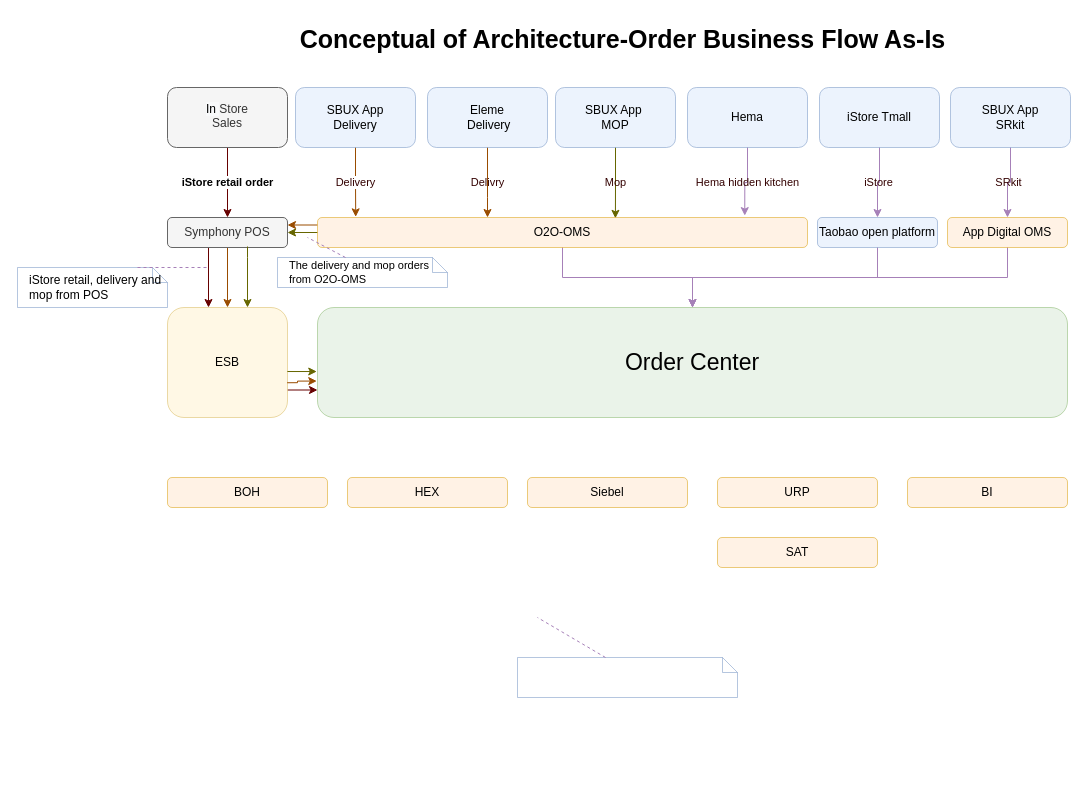
This is page "B - Order Center" (2 of 5) of Mid Layer Platform Order Business Flow Arch.drawio from sotheair/designs, a draw.io file, before an edit. Source tidied: cells renumbered, new cells numbered last; positions are measured from the earlier drawing's top-left corner, leaving out a move shared by most shapes. Both pictures are drawn from the tidied source at 100%, with x=0, y=0 at pixel (17, 17).
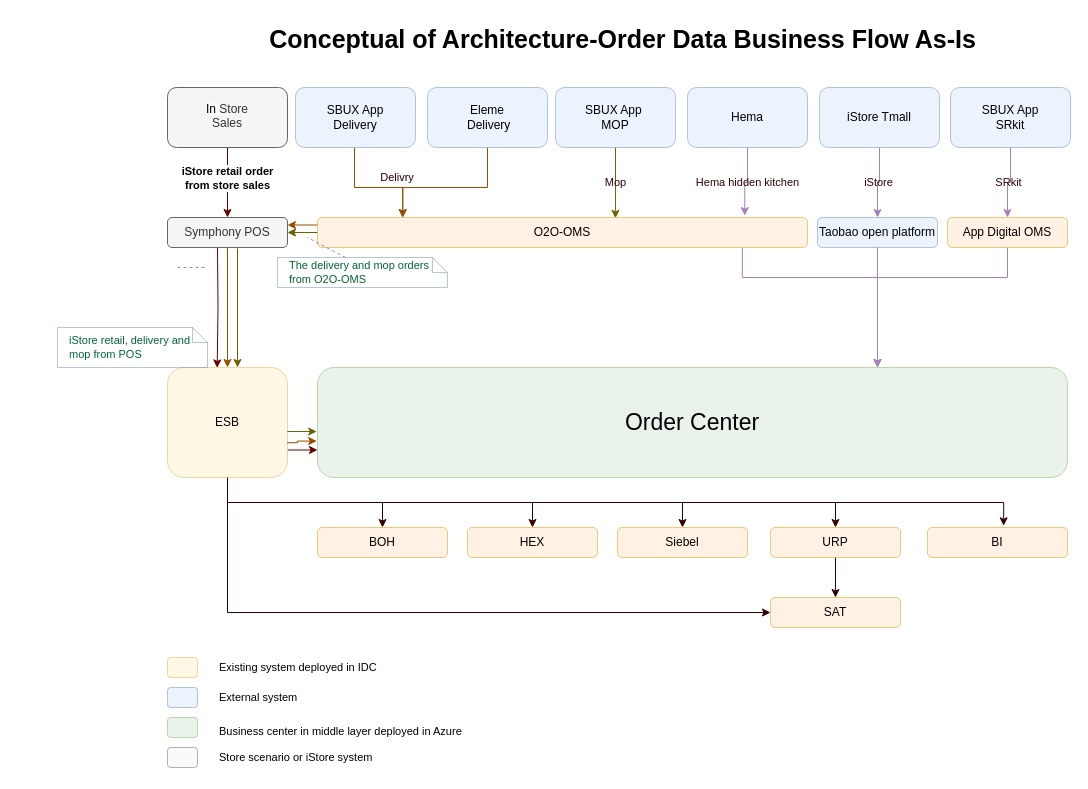
The same page after the edit.

The change refers to these unchanged cells:
```xml
<mxCell id="3" value="Eleme&lt;br&gt;&amp;nbsp;Delivery" style="rounded=1;whiteSpace=wrap;html=1;fillColor=#dae8fc;strokeColor=#6C8EBF;opacity=50;" parent="1" vertex="1">
  <mxGeometry x="410" y="70" width="120" height="60" as="geometry" />
</mxCell>
<mxCell id="5" value="&lt;span style=&quot;font: 12px / 1.2 &amp;#34;helvetica&amp;#34; ; color: rgb(0 , 0 , 0) ; text-transform: none ; text-indent: 0px ; letter-spacing: normal ; text-decoration: none ; word-spacing: 0px ; display: inline ; white-space: normal ; float: none ; overflow-wrap: normal ; background-color: rgb(248 , 249 , 250)&quot;&gt;In &lt;/span&gt;Store&lt;br&gt;Sales&lt;br&gt;&amp;nbsp;" style="rounded=1;whiteSpace=wrap;html=1;fillColor=#f5f5f5;align=center;verticalAlign=bottom;strokeColor=#666666;fontColor=#333333;" parent="1" vertex="1">
  <mxGeometry x="150" y="70" width="120" height="60" as="geometry" />
</mxCell>
<mxCell id="9" value="SBUX App&lt;br&gt;Delivery" style="rounded=1;whiteSpace=wrap;html=1;fillColor=#dae8fc;strokeColor=#6C8EBF;opacity=50;" parent="1" vertex="1">
  <mxGeometry x="278" y="70" width="120" height="60" as="geometry" />
</mxCell>
<mxCell id="20" value="O2O-OMS" style="rounded=1;whiteSpace=wrap;html=1;fillColor=#ffe6cc;strokeColor=#d79b00;opacity=50;" parent="1" vertex="1">
  <mxGeometry x="300" y="200" width="490" height="30" as="geometry" />
</mxCell>
<mxCell id="23" value="Symphony POS" style="rounded=1;whiteSpace=wrap;html=1;fillColor=#f5f5f5;strokeColor=#666666;fontColor=#333333;" parent="1" vertex="1">
  <mxGeometry x="150" y="200" width="120" height="30" as="geometry" />
</mxCell>
<mxCell id="29" value="App Digital OMS" style="rounded=1;whiteSpace=wrap;html=1;fillColor=#ffe6cc;strokeColor=#d79b00;opacity=50;" parent="1" vertex="1">
  <mxGeometry x="930" y="200" width="120" height="30" as="geometry" />
</mxCell>
<mxCell id="31" value="Taobao open platform" style="rounded=1;whiteSpace=wrap;html=1;fillColor=#dae8fc;strokeColor=#6C8EBF;opacity=50;" parent="1" vertex="1">
  <mxGeometry x="800" y="200" width="120" height="30" as="geometry" />
</mxCell>
```

The edit, as a diff of the source:
```diff
@@
-    <mxCell id="2" value="Delivry" style="edgeStyle=orthogonalEdgeStyle;rounded=0;jettySize=auto;html=1;labelBackgroundColor=none;strokeColor=#994C00;fontColor=#330000;" parent="1" edge="1" source="3" target="20">
+    <mxCell id="2" style="edgeStyle=orthogonalEdgeStyle;rounded=0;jettySize=auto;html=1;labelBackgroundColor=none;strokeColor=#994C00;fontColor=#330000;entryX=0.174;entryY=0.002;entryDx=0;entryDy=0;entryPerimeter=0;" parent="1" edge="1" source="3" target="20">
       <mxGeometry relative="1" as="geometry">
         <Array as="points">
-          <mxPoint x="470" y="180" />
-          <mxPoint x="470" y="180" />
+          <mxPoint x="470" y="170" />
+          <mxPoint x="385" y="170" />
         </Array>
       </mxGeometry>
     </mxCell>
@@
-    <mxCell id="4" value="&lt;font style=&quot;background-color: transparent&quot;&gt;iStore retail order&lt;/font&gt;" style="edgeStyle=orthogonalEdgeStyle;rounded=0;jettySize=auto;html=1;exitX=0.5;exitY=1;exitDx=0;exitDy=0;fontStyle=1;strokeColor=#660000;" parent="1" edge="1" source="5" target="23">
-      <mxGeometry relative="1" as="geometry" />
+    <mxCell id="4" value="iStore retail order&lt;br&gt;from store sales" style="edgeStyle=orthogonalEdgeStyle;rounded=0;jettySize=auto;html=1;exitX=0.5;exitY=1;exitDx=0;exitDy=0;fontStyle=1;strokeColor=#660000;" parent="1" edge="1" source="5" target="23">
+      <mxGeometry x="-0.14" relative="1" as="geometry">
+        <mxPoint y="1" as="offset" />
+      </mxGeometry>
     </mxCell>
@@
-    <mxCell id="8" value="Delivery" style="edgeStyle=orthogonalEdgeStyle;rounded=0;jettySize=auto;html=1;entryX=0.078;entryY=-0.022;entryDx=0;entryDy=0;entryPerimeter=0;labelBackgroundColor=#FFFFFF;strokeColor=#994C00;fontColor=#330000;" parent="1" edge="1" source="9" target="20">
-      <mxGeometry relative="1" as="geometry" />
+    <mxCell id="8" style="edgeStyle=orthogonalEdgeStyle;rounded=0;orthogonalLoop=1;jettySize=auto;html=1;labelBackgroundColor=#FFFFFF;strokeColor=#994C00;fontColor=#330000;entryX=0.176;entryY=0.002;entryDx=0;entryDy=0;entryPerimeter=0;" parent="1" edge="1">
+      <mxGeometry relative="1" as="geometry">
+        <mxPoint x="337" y="130" as="sourcePoint" />
+        <mxPoint x="385.2" y="200.1" as="targetPoint" />
+        <Array as="points">
+          <mxPoint x="337" y="170" />
+          <mxPoint x="385" y="170" />
+        </Array>
+      </mxGeometry>
     </mxCell>
@@
-    <mxCell id="16" value="&lt;b&gt;Conceptual of Architecture-Order Business Flow As-Is &lt;/b&gt;" style="text;html=1;align=center;fontSize=25;" parent="1" vertex="1">
+    <mxCell id="16" value="&lt;b&gt;Conceptual of Architecture-Order Data Business Flow As-Is &lt;/b&gt;" style="text;html=1;align=center;fontSize=25;" parent="1" vertex="1">
       <mxGeometry x="180" width="850" height="40" as="geometry" />
     </mxCell>
@@
-    <mxCell id="19" style="edgeStyle=orthogonalEdgeStyle;rounded=0;jettySize=auto;html=1;labelBackgroundColor=#990000;strokeColor=#A680B8;fontColor=#990000;" parent="1" edge="1" source="20" target="26">
-      <mxGeometry relative="1" as="geometry" />
+    <mxCell id="19" style="edgeStyle=orthogonalEdgeStyle;rounded=0;jettySize=auto;html=1;labelBackgroundColor=#990000;strokeColor=#A680B8;fontColor=#990000;exitX=0.867;exitY=1;exitDx=0;exitDy=0;exitPerimeter=0;" parent="1" edge="1" source="20" target="26">
+      <mxGeometry relative="1" as="geometry">
+        <Array as="points">
+          <mxPoint x="725" y="260" />
+          <mxPoint x="860" y="260" />
+        </Array>
+      </mxGeometry>
     </mxCell>
@@
-    <mxCell id="21" style="edgeStyle=orthogonalEdgeStyle;rounded=0;orthogonalLoop=1;jettySize=auto;html=1;exitX=0.5;exitY=1;exitDx=0;exitDy=0;entryX=0.5;entryY=0;entryDx=0;entryDy=0;labelBackgroundColor=#990000;strokeColor=#660000;fontColor=#990000;" parent="1" edge="1">
+    <mxCell id="21" style="edgeStyle=orthogonalEdgeStyle;rounded=0;jettySize=auto;html=1;exitX=0.5;exitY=1;exitDx=0;exitDy=0;entryX=0.414;entryY=0.004;entryDx=0;entryDy=0;labelBackgroundColor=#990000;strokeColor=#660000;fontColor=#990000;entryPerimeter=0;" parent="1" edge="1" target="25">
       <mxGeometry relative="1" as="geometry">
-        <mxPoint x="191" y="230" as="sourcePoint" />
-        <mxPoint x="191" y="290" as="targetPoint" />
+        <mxPoint x="200" y="230" as="sourcePoint" />
       </mxGeometry>
     </mxCell>
@@
+    <mxCell id="46" style="edgeStyle=orthogonalEdgeStyle;rounded=0;jettySize=auto;html=1;entryX=0.5;entryY=0;entryDx=0;entryDy=0;labelBackgroundColor=none;strokeColor=#330000;fontSize=11;fontColor=none;exitX=0.5;exitY=1;exitDx=0;exitDy=0;" parent="1" edge="1" source="25" target="32">
+      <mxGeometry relative="1" as="geometry" />
+    </mxCell>
+    <mxCell id="47" style="edgeStyle=orthogonalEdgeStyle;rounded=0;jettySize=auto;html=1;exitX=0.5;exitY=1;exitDx=0;exitDy=0;entryX=0.5;entryY=0;entryDx=0;entryDy=0;labelBackgroundColor=none;strokeColor=#330000;fontSize=11;fontColor=none;" parent="1" edge="1" source="25" target="33">
+      <mxGeometry relative="1" as="geometry" />
+    </mxCell>
+    <mxCell id="48" style="edgeStyle=orthogonalEdgeStyle;rounded=0;jettySize=auto;html=1;exitX=0.5;exitY=1;exitDx=0;exitDy=0;entryX=0.5;entryY=0;entryDx=0;entryDy=0;labelBackgroundColor=none;strokeColor=#330000;fontSize=11;fontColor=none;" parent="1" edge="1" source="25" target="34">
+      <mxGeometry relative="1" as="geometry" />
+    </mxCell>
+    <mxCell id="49" style="edgeStyle=orthogonalEdgeStyle;rounded=0;jettySize=auto;html=1;exitX=0.5;exitY=1;exitDx=0;exitDy=0;entryX=0.544;entryY=-0.058;entryDx=0;entryDy=0;entryPerimeter=0;labelBackgroundColor=none;strokeColor=#330000;fontSize=11;fontColor=none;" parent="1" edge="1" source="25" target="35">
+      <mxGeometry relative="1" as="geometry" />
+    </mxCell>
+    <mxCell id="50" style="edgeStyle=orthogonalEdgeStyle;rounded=0;jettySize=auto;html=1;exitX=0.5;exitY=1;exitDx=0;exitDy=0;entryX=0;entryY=0.5;entryDx=0;entryDy=0;labelBackgroundColor=none;strokeColor=#330000;fontSize=11;fontColor=none;" parent="1" edge="1" source="25" target="36">
+      <mxGeometry relative="1" as="geometry" />
+    </mxCell>
+    <mxCell id="51" style="edgeStyle=orthogonalEdgeStyle;rounded=0;jettySize=auto;html=1;exitX=0.5;exitY=1;exitDx=0;exitDy=0;entryX=0.5;entryY=0;entryDx=0;entryDy=0;labelBackgroundColor=none;strokeColor=#330000;fontSize=11;fontColor=none;" parent="1" edge="1" source="25" target="27">
+      <mxGeometry relative="1" as="geometry" />
+    </mxCell>
     <mxCell id="25" value="ESB" style="rounded=1;whiteSpace=wrap;html=1;fillColor=#fff2cc;strokeColor=#d6b656;opacity=50;" parent="1" vertex="1">
-      <mxGeometry x="150" y="290" width="120" height="110" as="geometry" />
+      <mxGeometry x="150" y="350" width="120" height="110" as="geometry" />
     </mxCell>
     <mxCell id="26" value="&lt;font style=&quot;font-size: 23px&quot;&gt;Order Center&lt;/font&gt;" style="rounded=1;whiteSpace=wrap;html=1;fillColor=#d5e8d4;strokeColor=#82b366;opacity=50;" parent="1" vertex="1">
-      <mxGeometry x="300" y="290" width="750" height="110" as="geometry" />
+      <mxGeometry x="300" y="350" width="750" height="110" as="geometry" />
     </mxCell>
     <mxCell id="27" value="BOH" style="rounded=1;whiteSpace=wrap;html=1;fillColor=#ffe6cc;strokeColor=#d79b00;opacity=50;" parent="1" vertex="1">
-      <mxGeometry x="150" y="460" width="160" height="30" as="geometry" />
+      <mxGeometry x="300" y="510" width="130" height="30" as="geometry" />
     </mxCell>
     <mxCell id="28" style="edgeStyle=orthogonalEdgeStyle;rounded=0;jettySize=auto;html=1;labelBackgroundColor=#990000;strokeColor=#A680B8;fontColor=#990000;" parent="1" edge="1" source="29" target="26">
-      <mxGeometry relative="1" as="geometry" />
+      <mxGeometry relative="1" as="geometry">
+        <Array as="points">
+          <mxPoint x="990" y="260" />
+          <mxPoint x="860" y="260" />
+        </Array>
+      </mxGeometry>
     </mxCell>
@@
     <mxCell id="30" style="edgeStyle=orthogonalEdgeStyle;rounded=0;jettySize=auto;html=1;labelBackgroundColor=#990000;strokeColor=#A680B8;fontColor=#990000;" parent="1" edge="1" source="31" target="26">
-      <mxGeometry relative="1" as="geometry" />
+      <mxGeometry relative="1" as="geometry">
+        <Array as="points">
+          <mxPoint x="860" y="280" />
+          <mxPoint x="860" y="280" />
+        </Array>
+      </mxGeometry>
     </mxCell>
@@
     <mxCell id="32" value="HEX" style="rounded=1;whiteSpace=wrap;html=1;fillColor=#ffe6cc;strokeColor=#d79b00;opacity=50;" parent="1" vertex="1">
-      <mxGeometry x="330" y="460" width="160" height="30" as="geometry" />
+      <mxGeometry x="450" y="510" width="130" height="30" as="geometry" />
     </mxCell>
     <mxCell id="33" value="Siebel" style="rounded=1;whiteSpace=wrap;html=1;fillColor=#ffe6cc;strokeColor=#d79b00;opacity=50;" parent="1" vertex="1">
-      <mxGeometry x="510" y="460" width="160" height="30" as="geometry" />
+      <mxGeometry x="600" y="510" width="130" height="30" as="geometry" />
     </mxCell>
+    <mxCell id="52" style="edgeStyle=orthogonalEdgeStyle;rounded=0;jettySize=auto;html=1;exitX=0.5;exitY=1;exitDx=0;exitDy=0;entryX=0.5;entryY=0;entryDx=0;entryDy=0;labelBackgroundColor=none;strokeColor=#330000;fontSize=11;fontColor=none;" parent="1" edge="1" source="34" target="36">
+      <mxGeometry relative="1" as="geometry" />
+    </mxCell>
     <mxCell id="34" value="URP" style="rounded=1;whiteSpace=wrap;html=1;fillColor=#ffe6cc;strokeColor=#d79b00;opacity=50;" parent="1" vertex="1">
-      <mxGeometry x="700" y="460" width="160" height="30" as="geometry" />
+      <mxGeometry x="753" y="510" width="130" height="30" as="geometry" />
     </mxCell>
     <mxCell id="35" value="BI" style="rounded=1;whiteSpace=wrap;html=1;fillColor=#ffe6cc;strokeColor=#d79b00;opacity=50;" parent="1" vertex="1">
-      <mxGeometry x="890" y="460" width="160" height="30" as="geometry" />
+      <mxGeometry x="910" y="510" width="140" height="30" as="geometry" />
     </mxCell>
     <mxCell id="36" value="SAT" style="rounded=1;whiteSpace=wrap;html=1;fillColor=#ffe6cc;strokeColor=#d79b00;opacity=50;" parent="1" vertex="1">
-      <mxGeometry x="700" y="520" width="160" height="30" as="geometry" />
+      <mxGeometry x="753" y="580" width="130" height="30" as="geometry" />
     </mxCell>
-    <mxCell id="37" style="edgeStyle=orthogonalEdgeStyle;rounded=0;orthogonalLoop=1;jettySize=auto;html=1;labelBackgroundColor=#990000;strokeColor=#666600;fontColor=#990000;" parent="1" edge="1">
+    <mxCell id="37" style="edgeStyle=orthogonalEdgeStyle;rounded=0;orthogonalLoop=1;jettySize=auto;html=1;labelBackgroundColor=#990000;strokeColor=#666600;fontColor=#990000;entryX=0.583;entryY=0.009;entryDx=0;entryDy=0;entryPerimeter=0;exitX=0.583;exitY=1.065;exitDx=0;exitDy=0;exitPerimeter=0;" parent="1" edge="1">
       <mxGeometry relative="1" as="geometry">
-        <mxPoint x="230" y="229" as="sourcePoint" />
-        <mxPoint x="230" y="290" as="targetPoint" />
-        <Array as="points">
-          <mxPoint x="230" y="240" />
-          <mxPoint x="230" y="240" />
-        </Array>
+        <mxPoint x="220" y="230.9" as="sourcePoint" />
+        <mxPoint x="220" y="350" as="targetPoint" />
       </mxGeometry>
     </mxCell>
     <mxCell id="38" style="edgeStyle=orthogonalEdgeStyle;rounded=0;jettySize=auto;html=1;labelBackgroundColor=#990000;strokeColor=#994C00;fontColor=#990000;exitX=0.997;exitY=0.684;exitDx=0;exitDy=0;exitPerimeter=0;entryX=-0.001;entryY=0.669;entryDx=0;entryDy=0;entryPerimeter=0;" parent="1" edge="1" source="25" target="26">
       <mxGeometry relative="1" as="geometry">
         <Array as="points">
-          <mxPoint x="280" y="365" />
-          <mxPoint x="280" y="364" />
+          <mxPoint x="280" y="425" />
+          <mxPoint x="280" y="424" />
         </Array>
       </mxGeometry>
     </mxCell>
@@
-    <mxCell id="40" value="The delivery and mop orders&amp;nbsp;&lt;br&gt;from O2O-OMS" style="shape=note;size=15;align=left;spacingLeft=10;html=1;whiteSpace=wrap;strokeColor=#6C8EBF;fillColor=none;fontSize=11;fontColor=none;opacity=50;" parent="1" vertex="1">
+    <mxCell id="40" value="&lt;font color=&quot;#006633&quot;&gt;The delivery and mop orders&amp;nbsp;&lt;br&gt;from O2O-OMS&lt;/font&gt;" style="shape=note;size=15;align=left;spacingLeft=10;html=1;whiteSpace=wrap;strokeColor=#6C8EBF;fillColor=none;fontSize=11;fontColor=none;opacity=50;" parent="1" vertex="1">
       <mxGeometry x="260" y="240" width="170" height="30" as="geometry" />
     </mxCell>
@@
-    <mxCell id="42" value="&amp;nbsp;" style="shape=note;size=15;align=left;spacingLeft=10;html=1;whiteSpace=wrap;strokeColor=#6C8EBF;fillColor=none;fontSize=12;fontColor=none;opacity=50;" parent="1" vertex="1">
-      <mxGeometry x="500" y="640" width="220" height="40" as="geometry" />
-    </mxCell>
-    <mxCell id="43" style="edgeStyle=none;endArrow=none;exitX=0.4;exitY=0;dashed=1;html=1;labelBackgroundColor=none;strokeColor=#A680B8;fontSize=25;fontColor=none;" parent="1" edge="1" source="42">
-      <mxGeometry x="1" relative="1" as="geometry">
-        <mxPoint x="520" y="600" as="targetPoint" />
-      </mxGeometry>
-    </mxCell>
-    <mxCell id="44" value="iStore retail, delivery and mop from POS" style="shape=note;size=15;align=left;spacingLeft=10;html=1;whiteSpace=wrap;strokeColor=#6C8EBF;fillColor=none;fontSize=12;fontColor=none;opacity=50;" parent="1" vertex="1">
-      <mxGeometry y="250" width="150" height="40" as="geometry" />
+    <mxCell id="44" value="&lt;font color=&quot;#006633&quot;&gt;iStore retail, delivery and mop from POS&lt;/font&gt;" style="shape=note;size=15;align=left;spacingLeft=10;html=1;whiteSpace=wrap;strokeColor=#6C8EBF;fillColor=none;fontSize=11;fontColor=none;opacity=50;" parent="1" vertex="1">
+      <mxGeometry x="40" y="310" width="150" height="40" as="geometry" />
     </mxCell>
-    <mxCell id="45" style="edgeStyle=none;endArrow=none;exitX=0.8;exitY=0;dashed=1;html=1;labelBackgroundColor=none;strokeColor=#A680B8;fontSize=12;fontColor=none;" parent="1" edge="1" source="44">
+    <mxCell id="45" style="edgeStyle=none;endArrow=none;exitX=0.8;exitY=0;dashed=1;html=1;labelBackgroundColor=none;strokeColor=#A680B8;fontSize=12;fontColor=none;" parent="1" edge="1">
       <mxGeometry x="1" relative="1" as="geometry">
+        <mxPoint x="160" y="250" as="sourcePoint" />
         <mxPoint x="190" y="250" as="targetPoint" />
       </mxGeometry>
     </mxCell>
+    <mxCell id="53" value="&lt;span style=&quot;display: inline ; float: none ; background-color: rgb(248 , 249 , 250) ; color: rgb(51 , 0 , 0) ; font-family: &amp;#34;helvetica&amp;#34; ; font-size: 11px ; font-style: normal ; font-variant: normal ; font-weight: normal ; letter-spacing: normal ; line-height: 1.2 ; overflow-wrap: normal ; text-align: center ; text-decoration: none ; text-indent: 0px ; text-transform: none ; white-space: nowrap ; word-spacing: 0px&quot;&gt;Delivry&lt;/span&gt;" style="text;html=1;strokeColor=none;fillColor=none;align=center;verticalAlign=middle;whiteSpace=wrap;rounded=0;fontSize=11;fontColor=none;opacity=50;" parent="1" vertex="1">
+      <mxGeometry x="360" y="150" width="40" height="20" as="geometry" />
+    </mxCell>
+    <mxCell id="54" style="rounded=1;whiteSpace=wrap;html=1;fillColor=#fff2cc;strokeColor=#d6b656;opacity=50;" parent="1" vertex="1">
+      <mxGeometry x="150" y="640" width="30" height="20" as="geometry" />
+    </mxCell>
+    <mxCell id="55" style="rounded=1;whiteSpace=wrap;html=1;fillColor=#dae8fc;strokeColor=#6c8ebf;opacity=50;" parent="1" vertex="1">
+      <mxGeometry x="150" y="670" width="30" height="20" as="geometry" />
+    </mxCell>
+    <mxCell id="56" style="rounded=1;whiteSpace=wrap;html=1;fillColor=#d5e8d4;strokeColor=#82b366;opacity=50;" parent="1" vertex="1">
+      <mxGeometry x="150" y="700" width="30" height="20" as="geometry" />
+    </mxCell>
+    <mxCell id="57" style="rounded=1;whiteSpace=wrap;html=1;fillColor=#f5f5f5;strokeColor=#666666;opacity=50;fontColor=#333333;" parent="1" vertex="1">
+      <mxGeometry x="150" y="730" width="30" height="20" as="geometry" />
+    </mxCell>
+    <mxCell id="58" value="Existing system deployed in IDC" style="text;html=1;strokeColor=none;fillColor=none;align=left;verticalAlign=middle;whiteSpace=wrap;rounded=0;fontSize=11;fontColor=none;opacity=50;" parent="1" vertex="1">
+      <mxGeometry x="200" y="640" width="180" height="20" as="geometry" />
+    </mxCell>
+    <mxCell id="59" value="External system" style="text;html=1;strokeColor=none;fillColor=none;align=left;verticalAlign=middle;whiteSpace=wrap;rounded=0;fontSize=11;fontColor=none;opacity=50;" parent="1" vertex="1">
+      <mxGeometry x="200" y="670" width="180" height="20" as="geometry" />
+    </mxCell>
+    <mxCell id="60" value="Business center in middle layer deployed in Azure&amp;nbsp;" style="text;html=1;strokeColor=none;fillColor=none;align=left;verticalAlign=middle;whiteSpace=wrap;rounded=0;fontSize=11;fontColor=none;opacity=50;" parent="1" vertex="1">
+      <mxGeometry x="200" y="700" width="260" height="28.9" as="geometry" />
+    </mxCell>
+    <mxCell id="61" value="Store scenario or iStore system" style="text;html=1;strokeColor=none;fillColor=none;align=left;verticalAlign=middle;whiteSpace=wrap;rounded=0;fontSize=11;fontColor=none;opacity=50;" parent="1" vertex="1">
+      <mxGeometry x="200" y="726" width="260" height="28.9" as="geometry" />
+    </mxCell>
```
